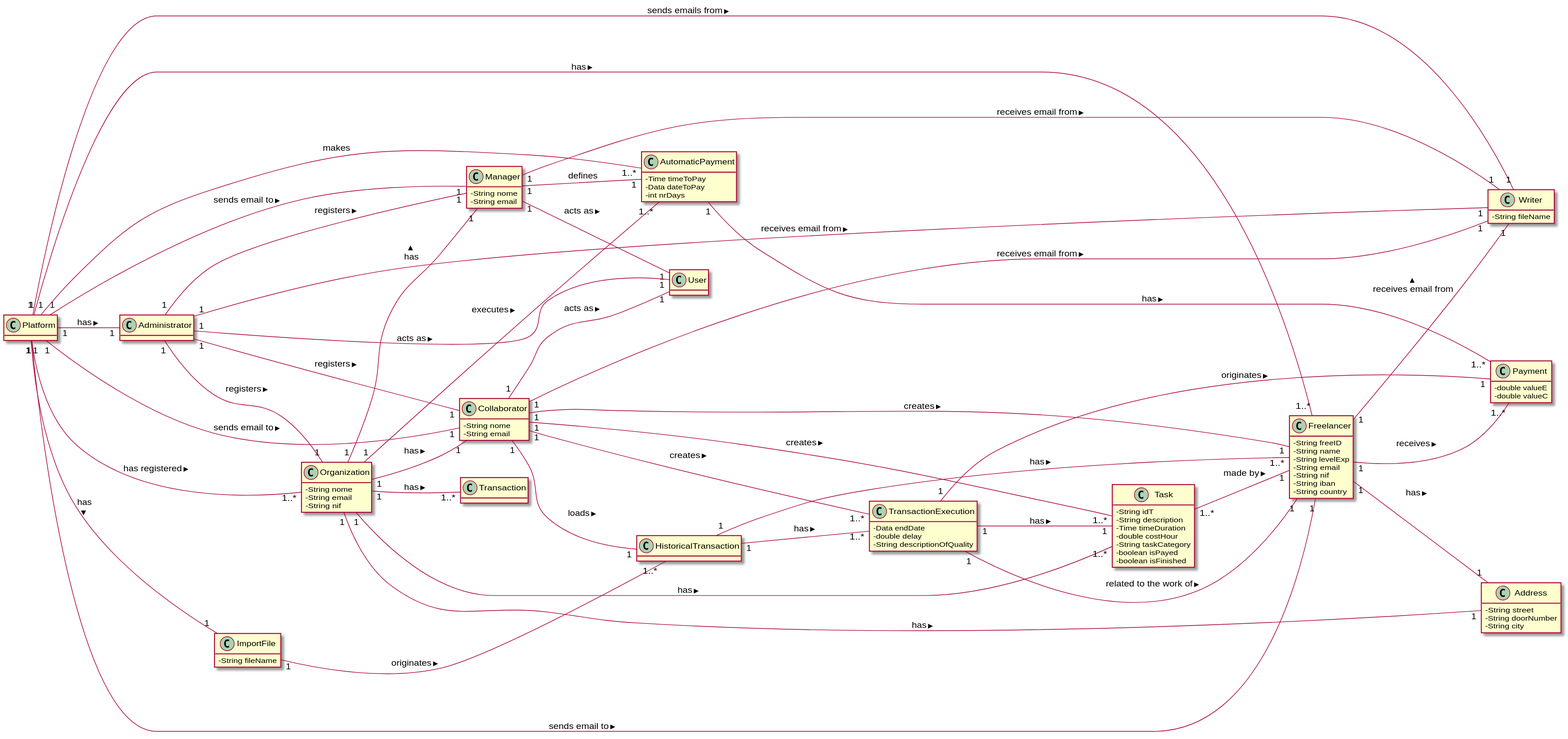
Before: docs/MD/LAPR2_MD.svg, a diagram exported from PlantUML (1190452/LAPR2).
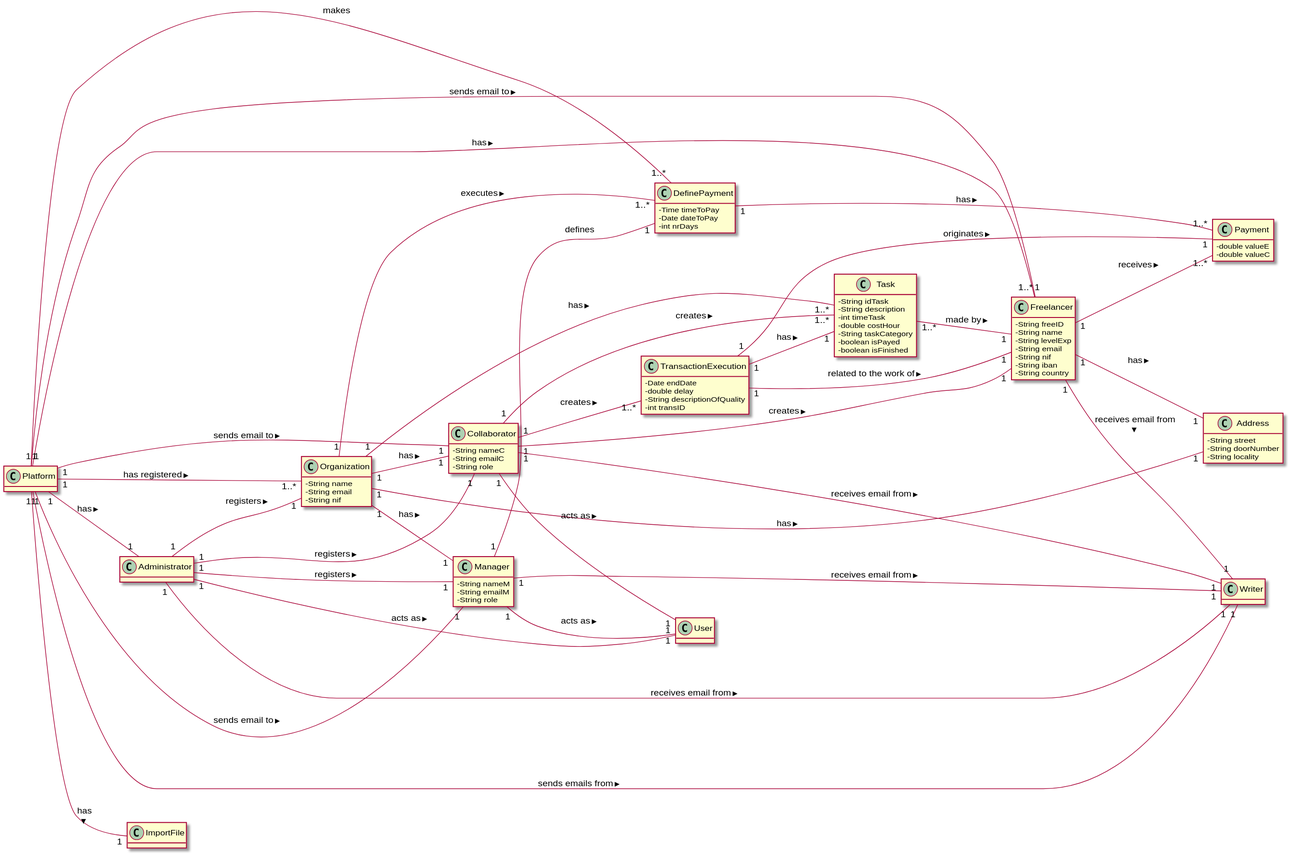
The same diagram one commit later.

The edit, as a diff of the source:
```diff
@@ -16,20 +16,21 @@
 }
 
 class Organization {
-  -String nome
+  -String name
   -String email
   -String nif
 }
 
 class Collaborator{
-  -String nome
-  -String email
+  -String nameC
+  -String emailC
+  -String role
 }
 
 class Task {
-  -String idT
+  -String idTask
   -String description
-  -Time timeDuration
+  -int timeTask
   -double costHour
   -String taskCategory
   -boolean isPayed
@@ -37,23 +38,25 @@
 }
 
 class Manager {
-  -String nome
-  -String email
+  -String nameM
+  -String emailM
+  -String role
 }
 
 class User {
 }
 
 class TransactionExecution {
-  -Data endDate
+  -Date endDate
   -double delay
   -String descriptionOfQuality
+  -int transID
 }
 
 class Address{
   -String street
   -String doorNumber
-  -String city
+  -String locality
 }
 
 class Administrator {
@@ -64,21 +67,18 @@
   -double valueC
 }
 
-class AutomaticPayment{
+class DefinePayment{
   -Time timeToPay
-  -Data dateToPay
+  -Date dateToPay
   -int nrDays
   }
 
 class ImportFile {
-  -String fileName
 }
 
-class HistoricalTransaction{
-}
+
 
 class Writer{
-  -String fileName
   }
 
 Freelancer "1" -- "1..*" Payment: receives >
@@ -95,19 +95,18 @@
 Platform "1" -- "1" Collaborator: sends email to >
 Platform "1" -- "1" Manager: sends email to >
 Platform "1" -- "1" Writer : sends emails from >
-Platform "1" -- "1..*" AutomaticPayment : makes
+Platform "1" -- "1..*" DefinePayment : makes
 Platform "1" -- "1" ImportFile: has >
 
 Organization "1" -- "1" Address: has >
 Organization "1" -- "1" Manager: has >
 Organization "1" -- "1" Collaborator: has >
 Organization "1" -- "1..*" Task: has >
-Organization "1" -- "1..*" Transaction: has >
-Organization "1" -- "1..*" AutomaticPayment: executes >
+Organization "1" -- "1..*" DefinePayment: executes >
 
 Manager "1" -- "1" User: acts as >
 Manager "1" -- "1" Writer: receives email from >
-Manager "1" -- "1" AutomaticPayment: defines
+Manager "1" -- "1" DefinePayment: defines
 
 Administrator "1" -- "1" Organization: registers >
 Administrator "1" -- "1" User: acts as >
@@ -115,22 +114,24 @@
 Administrator "1" -- "1" Manager: registers >
 Administrator "1" -- "1" Writer: receives email from >
 
+
+
+
+
 TransactionExecution "1" -- "1" Task : has >
 TransactionExecution "1" -- "1" Freelancer: related to the work of >
 TransactionExecution "1" -- "1" Payment : originates >
 
-AutomaticPayment "1" -- "1..*" Payment: has >
+DefinePayment "1" -- "1..*" Payment: has >
 
 
-ImportFile "1" -- "1..*" HistoricalTransaction: originates >
 
-HistoricalTransaction "1" -- "1..*" TransactionExecution: has >
-HistoricalTransaction "1" -- "1..*" Freelancer: has >
+
+
 
 Collaborator "1" -- "1" Freelancer: creates >
 Collaborator "1" -- "1..*" Task: creates >
 Collaborator "1" -- "1..*" TransactionExecution: creates >
 Collaborator "1" -- "1" User: acts as >
-Collaborator "1" -- "1" HistoricalTransaction: loads >
 Collaborator "1" -- "1" Writer: receives email from >
 @enduml
```
